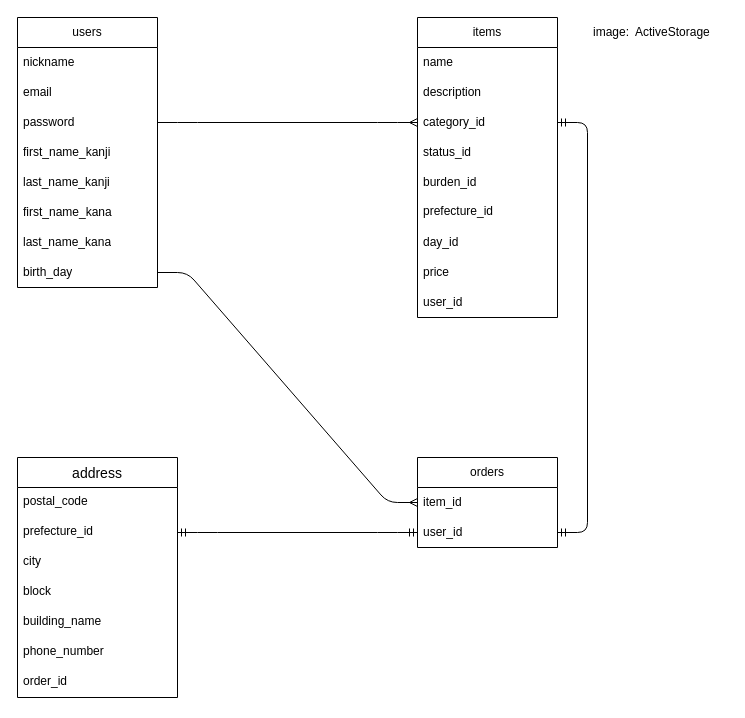
This is page "er" (3 of 3) of work-space.dio from kazumakabashima/furima-39454, a draw.io file, before an edit. Source tidied: cells renumbered, new cells numbered last; positions are measured from the earlier drawing's top-left corner, leaving out a move shared by most shapes. Both pictures are drawn from the tidied source at 100%, with x=0, y=0 at pixel (17, 17).
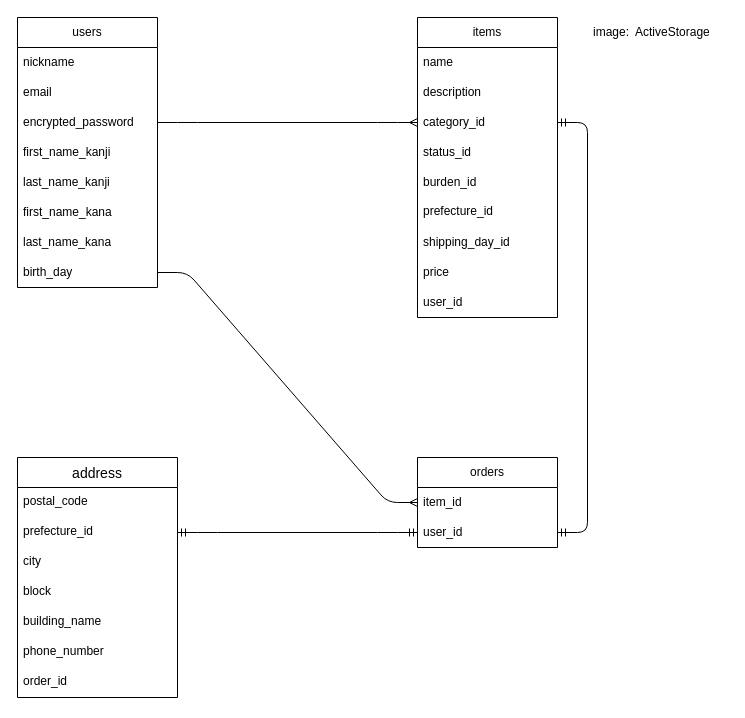
Above is the later version.

The change refers to these unchanged cells:
```xml
<mxCell id="2" value="users" style="swimlane;fontStyle=0;horizontal=1;startSize=30;whiteSpace=wrap;html=1;" parent="1" vertex="1">
  <mxGeometry width="140" height="270" as="geometry" />
</mxCell>
<mxCell id="11" value="items" style="swimlane;fontStyle=0;horizontal=1;startSize=30;whiteSpace=wrap;html=1;" parent="1" vertex="1">
  <mxGeometry x="400" width="140" height="300" as="geometry" />
</mxCell>
```

Diff of the diagram source:
```diff
@@
-    <mxCell id="5" value="password" style="text;strokeColor=none;fillColor=none;align=left;verticalAlign=middle;spacingLeft=4;spacingRight=4;overflow=hidden;points=[[0,0.5],[1,0.5]];portConstraint=eastwest;whiteSpace=wrap;html=1;" parent="2" vertex="1">
+    <mxCell id="5" value="encrypted_password" style="text;strokeColor=none;fillColor=none;align=left;verticalAlign=middle;spacingLeft=4;spacingRight=4;overflow=hidden;points=[[0,0.5],[1,0.5]];portConstraint=eastwest;whiteSpace=wrap;html=1;" parent="2" vertex="1">
       <mxGeometry y="90" width="140" height="30" as="geometry" />
     </mxCell>
@@
-    <mxCell id="18" value="day_id" style="text;strokeColor=none;fillColor=none;align=left;verticalAlign=middle;spacingLeft=4;spacingRight=4;overflow=hidden;whiteSpace=wrap;html=1;" parent="11" vertex="1">
-      <mxGeometry y="210" width="140" height="30" as="geometry" />
-    </mxCell>
+    <mxCell id="37" value="shipping_day_id" style="text;strokeColor=none;fillColor=none;align=left;verticalAlign=middle;spacingLeft=4;spacingRight=4;overflow=hidden;whiteSpace=wrap;html=1;" parent="11" vertex="1">
+      <mxGeometry y="210" width="140" height="30" as="geometry" />
+    </mxCell>
```
